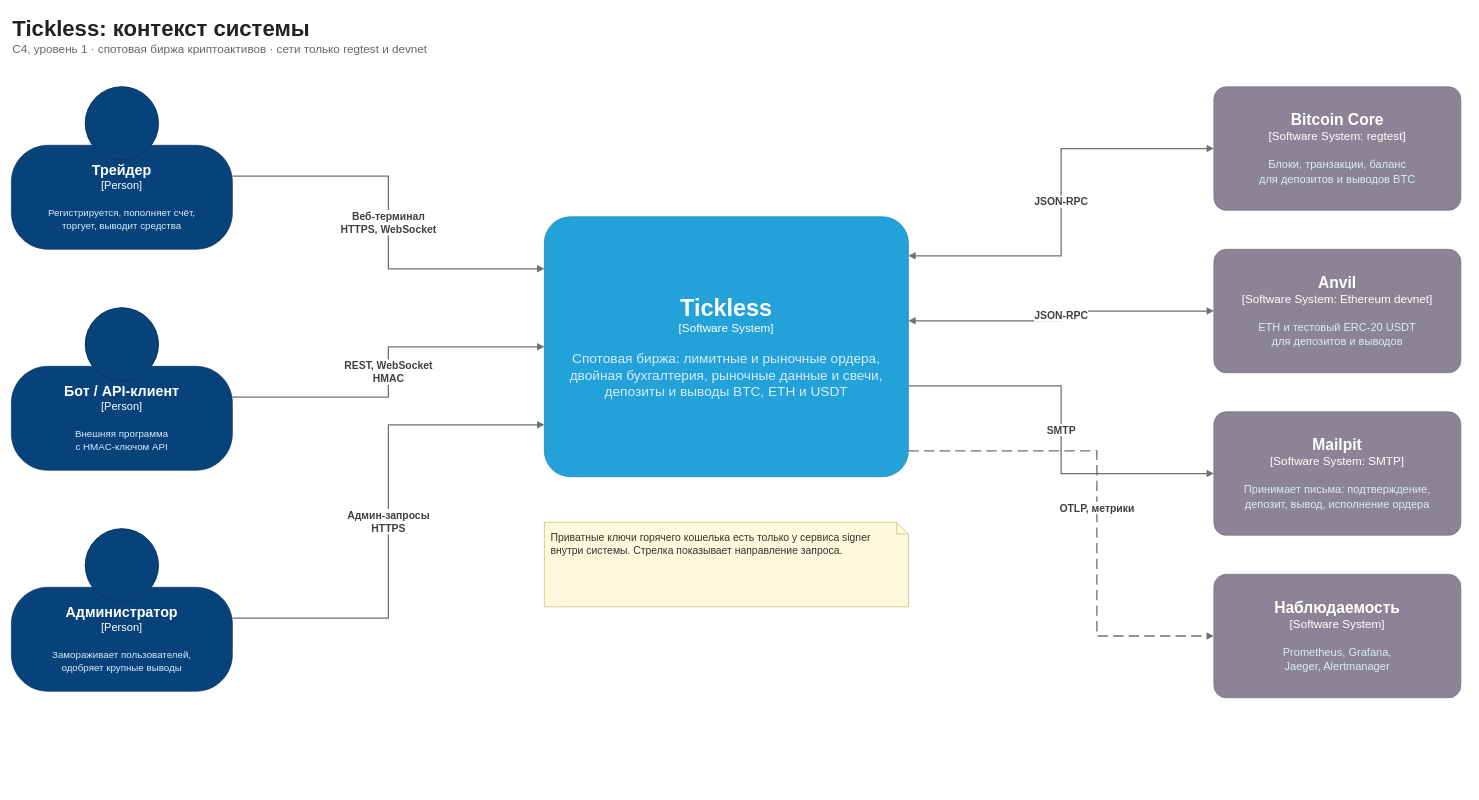
Before: docs/c4/01_context.drawio in AlchemistBro/Tickless, a draw.io diagram. Source tidied: cells renumbered, new cells numbered last; positions are measured from the earlier drawing's top-left corner, leaving out a move shared by most shapes. Both pictures are drawn from the tidied source at 65%, with x=0, y=0 at pixel (11, 11).
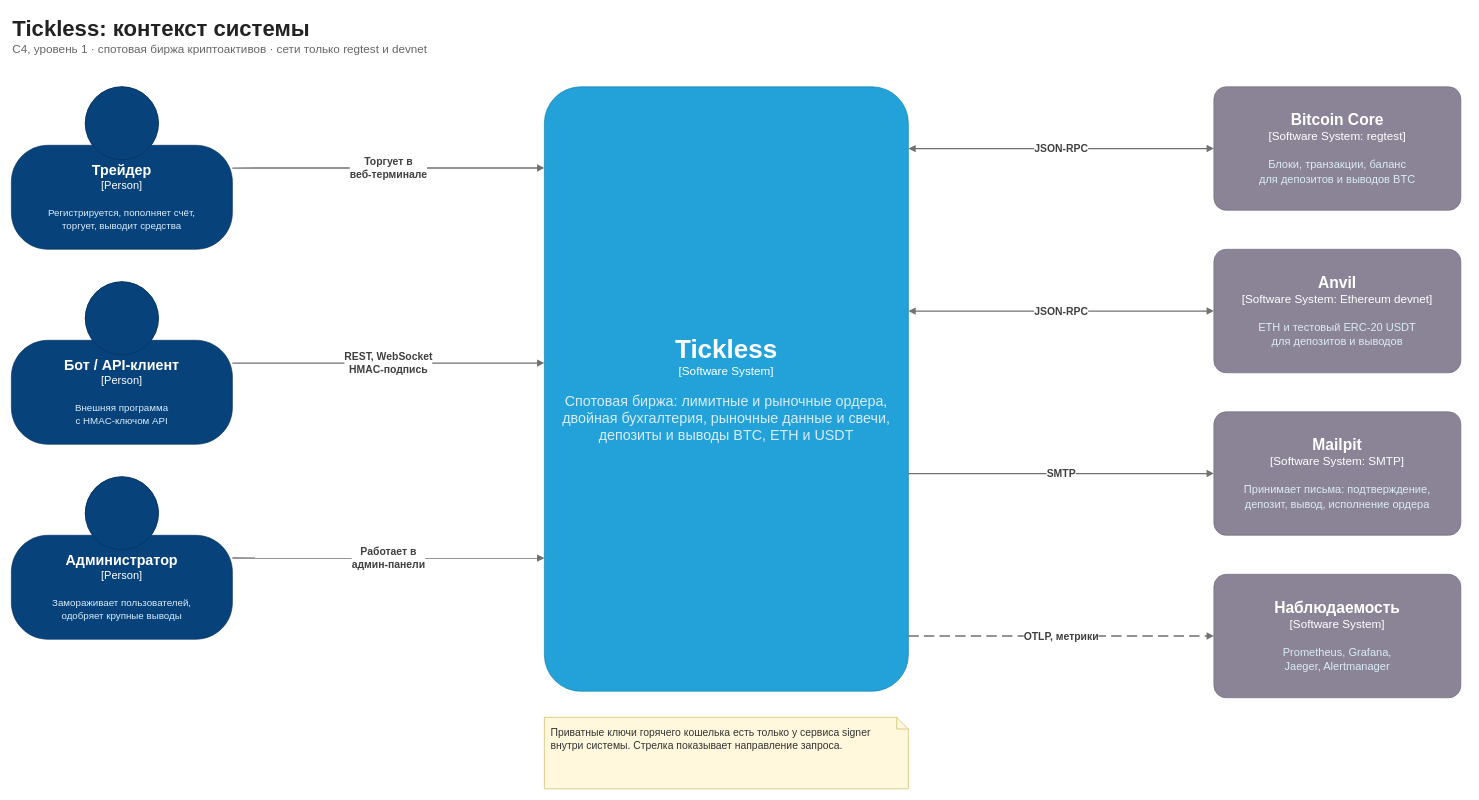
The same page after the edit.

Commit message (it also covers changes not shown here):
docs: C4 diagrams with straight collinear arrows, wider gaps and no HTTPS on user relationships

The change refers to these unchanged cells:
```xml
<mxCell id="3" value="&lt;font style=&quot;font-size: 22px&quot;&gt;&lt;b&gt;Трейдер&lt;/b&gt;&lt;/font&gt;&lt;div&gt;[Person]&lt;/div&gt;&lt;br&gt;&lt;div&gt;&lt;font style=&quot;font-size: 15px&quot;&gt;&lt;font color=&quot;#d9ecf8&quot;&gt;Регистрируется, пополняет счёт,&lt;br&gt;торгует, выводит средства&lt;/font&gt;&lt;/font&gt;&lt;/div&gt;" style="shape=mxgraph.c4.person2;align=center;whiteSpace=wrap;html=1;fillColor=#08427B;fontColor=#FFFFFF;strokeColor=#06315C;fontSize=17;points=[[0.5,0,0],[1,0.5,0],[1,0.75,0],[0.75,1,0],[0.5,1,0],[0.25,1,0],[0,0.75,0],[0,0.5,0]];" parent="1" vertex="1">
  <mxGeometry y="116" width="340" height="250" as="geometry" />
</mxCell>
<mxCell id="7" value="&lt;font style=&quot;font-size: 24px&quot;&gt;&lt;b&gt;Bitcoin Core&lt;/b&gt;&lt;/font&gt;&lt;div&gt;[Software System: regtest]&lt;/div&gt;&lt;br&gt;&lt;div&gt;&lt;font style=&quot;font-size: 17px&quot;&gt;&lt;font color=&quot;#d9ecf8&quot;&gt;Блоки, транзакции, баланс&lt;br&gt;для депозитов и выводов BTC&lt;/font&gt;&lt;/font&gt;&lt;/div&gt;" style="rounded=1;arcSize=10;labelBackgroundColor=none;align=center;whiteSpace=wrap;html=1;fillColor=#8B8496;fontColor=#FFFFFF;strokeColor=#6E6879;fontSize=18;points=[[0.5,0,0],[1,0.5,0],[1,0.75,0],[0.75,1,0],[0.5,1,0],[0.25,1,0],[0,0.75,0],[0,0.5,0]];" parent="1" vertex="1">
  <mxGeometry x="1850" y="116" width="380" height="190" as="geometry" />
</mxCell>
<mxCell id="8" value="&lt;font style=&quot;font-size: 24px&quot;&gt;&lt;b&gt;Anvil&lt;/b&gt;&lt;/font&gt;&lt;div&gt;[Software System: Ethereum devnet]&lt;/div&gt;&lt;br&gt;&lt;div&gt;&lt;font style=&quot;font-size: 17px&quot;&gt;&lt;font color=&quot;#d9ecf8&quot;&gt;ETH и тестовый ERC-20 USDT&lt;br&gt;для депозитов и выводов&lt;/font&gt;&lt;/font&gt;&lt;/div&gt;" style="rounded=1;arcSize=10;labelBackgroundColor=none;align=center;whiteSpace=wrap;html=1;fillColor=#8B8496;fontColor=#FFFFFF;strokeColor=#6E6879;fontSize=18;points=[[0.5,0,0],[1,0.5,0],[1,0.75,0],[0.75,1,0],[0.5,1,0],[0.25,1,0],[0,0.75,0],[0,0.5,0]];" parent="1" vertex="1">
  <mxGeometry x="1850" y="366" width="380" height="190" as="geometry" />
</mxCell>
<mxCell id="9" value="&lt;font style=&quot;font-size: 24px&quot;&gt;&lt;b&gt;Mailpit&lt;/b&gt;&lt;/font&gt;&lt;div&gt;[Software System: SMTP]&lt;/div&gt;&lt;br&gt;&lt;div&gt;&lt;font style=&quot;font-size: 17px&quot;&gt;&lt;font color=&quot;#d9ecf8&quot;&gt;Принимает письма: подтверждение,&lt;br&gt;депозит, вывод, исполнение ордера&lt;/font&gt;&lt;/font&gt;&lt;/div&gt;" style="rounded=1;arcSize=10;labelBackgroundColor=none;align=center;whiteSpace=wrap;html=1;fillColor=#8B8496;fontColor=#FFFFFF;strokeColor=#6E6879;fontSize=18;points=[[0.5,0,0],[1,0.5,0],[1,0.75,0],[0.75,1,0],[0.5,1,0],[0.25,1,0],[0,0.75,0],[0,0.5,0]];" parent="1" vertex="1">
  <mxGeometry x="1850" y="616" width="380" height="190" as="geometry" />
</mxCell>
<mxCell id="10" value="&lt;font style=&quot;font-size: 24px&quot;&gt;&lt;b&gt;Наблюдаемость&lt;/b&gt;&lt;/font&gt;&lt;div&gt;[Software System]&lt;/div&gt;&lt;br&gt;&lt;div&gt;&lt;font style=&quot;font-size: 17px&quot;&gt;&lt;font color=&quot;#d9ecf8&quot;&gt;Prometheus, Grafana,&lt;br&gt;Jaeger, Alertmanager&lt;/font&gt;&lt;/font&gt;&lt;/div&gt;" style="rounded=1;arcSize=10;labelBackgroundColor=none;align=center;whiteSpace=wrap;html=1;fillColor=#8B8496;fontColor=#FFFFFF;strokeColor=#6E6879;fontSize=18;points=[[0.5,0,0],[1,0.5,0],[1,0.75,0],[0.75,1,0],[0.5,1,0],[0.25,1,0],[0,0.75,0],[0,0.5,0]];" parent="1" vertex="1">
  <mxGeometry x="1850" y="866" width="380" height="190" as="geometry" />
</mxCell>
```

What changed in the source:
```diff
@@
     <mxCell id="4" value="&lt;font style=&quot;font-size: 22px&quot;&gt;&lt;b&gt;Бот / API-клиент&lt;/b&gt;&lt;/font&gt;&lt;div&gt;[Person]&lt;/div&gt;&lt;br&gt;&lt;div&gt;&lt;font style=&quot;font-size: 15px&quot;&gt;&lt;font color=&quot;#d9ecf8&quot;&gt;Внешняя программа&lt;br&gt;с HMAC-ключом API&lt;/font&gt;&lt;/font&gt;&lt;/div&gt;" style="shape=mxgraph.c4.person2;align=center;whiteSpace=wrap;html=1;fillColor=#08427B;fontColor=#FFFFFF;strokeColor=#06315C;fontSize=17;points=[[0.5,0,0],[1,0.5,0],[1,0.75,0],[0.75,1,0],[0.5,1,0],[0.25,1,0],[0,0.75,0],[0,0.5,0]];" parent="1" vertex="1">
-      <mxGeometry y="456" width="340" height="250" as="geometry" />
+      <mxGeometry y="416" width="340" height="250" as="geometry" />
     </mxCell>
     <mxCell id="5" value="&lt;font style=&quot;font-size: 22px&quot;&gt;&lt;b&gt;Администратор&lt;/b&gt;&lt;/font&gt;&lt;div&gt;[Person]&lt;/div&gt;&lt;br&gt;&lt;div&gt;&lt;font style=&quot;font-size: 15px&quot;&gt;&lt;font color=&quot;#d9ecf8&quot;&gt;Замораживает пользователей,&lt;br&gt;одобряет крупные выводы&lt;/font&gt;&lt;/font&gt;&lt;/div&gt;" style="shape=mxgraph.c4.person2;align=center;whiteSpace=wrap;html=1;fillColor=#08427B;fontColor=#FFFFFF;strokeColor=#06315C;fontSize=17;points=[[0.5,0,0],[1,0.5,0],[1,0.75,0],[0.75,1,0],[0.5,1,0],[0.25,1,0],[0,0.75,0],[0,0.5,0]];" parent="1" vertex="1">
-      <mxGeometry y="796" width="340" height="250" as="geometry" />
+      <mxGeometry y="716" width="340" height="250" as="geometry" />
     </mxCell>
-    <mxCell id="6" value="&lt;font style=&quot;font-size: 36px&quot;&gt;&lt;b&gt;Tickless&lt;/b&gt;&lt;/font&gt;&lt;div&gt;[Software System]&lt;/div&gt;&lt;br&gt;&lt;div&gt;&lt;font style=&quot;font-size: 21px&quot;&gt;&lt;font color=&quot;#d9ecf8&quot;&gt;Спотовая биржа: лимитные и рыночные ордера,&lt;br&gt;двойная бухгалтерия, рыночные данные и свечи,&lt;br&gt;депозиты и выводы BTC, ETH и USDT&lt;/font&gt;&lt;/font&gt;&lt;/div&gt;" style="rounded=1;arcSize=10;labelBackgroundColor=none;align=center;whiteSpace=wrap;html=1;fillColor=#23A2D9;fontColor=#FFFFFF;strokeColor=#0E7DAD;fontSize=18;points=[[0.5,0,0],[1,0.5,0],[1,0.75,0],[0.75,1,0],[0.5,1,0],[0.25,1,0],[0,0.75,0],[0,0.5,0]];" parent="1" vertex="1">
-      <mxGeometry x="820" y="316" width="560" height="400" as="geometry" />
+    <mxCell id="6" value="&lt;font style=&quot;font-size: 40px&quot;&gt;&lt;b&gt;Tickless&lt;/b&gt;&lt;/font&gt;&lt;div&gt;[Software System]&lt;/div&gt;&lt;br&gt;&lt;div&gt;&lt;font style=&quot;font-size: 22px&quot;&gt;&lt;font color=&quot;#d9ecf8&quot;&gt;Спотовая биржа: лимитные и рыночные ордера,&lt;br&gt;двойная бухгалтерия, рыночные данные и свечи,&lt;br&gt;депозиты и выводы BTC, ETH и USDT&lt;/font&gt;&lt;/font&gt;&lt;/div&gt;" style="rounded=1;arcSize=10;labelBackgroundColor=none;align=center;whiteSpace=wrap;html=1;fillColor=#23A2D9;fontColor=#FFFFFF;strokeColor=#0E7DAD;fontSize=18;points=[[0.5,0,0],[1,0.5,0],[1,0.75,0],[0.75,1,0],[0.5,1,0],[0.25,1,0],[0,0.75,0],[0,0.5,0]];" parent="1" vertex="1">
+      <mxGeometry x="820" y="116" width="560" height="930" as="geometry" />
     </mxCell>
@@
-    <mxCell id="11" value="&lt;b&gt;Веб-терминал&lt;br&gt;HTTPS, WebSocket&lt;/b&gt;" style="edgeStyle=orthogonalEdgeStyle;rounded=0;html=1;jettySize=auto;strokeColor=#707070;strokeWidth=2;fontColor=#404040;fontSize=16;labelBackgroundColor=#FFFFFF;endArrow=block;endFill=1;exitX=1;exitY=0.55;exitDx=0;exitDy=0;entryX=0;entryY=0.2;entryDx=0;entryDy=0;" parent="1" edge="1" source="3" target="6">
+    <mxCell id="11" value="&lt;b&gt;Торгует в&lt;br&gt;веб-терминале&lt;/b&gt;" style="edgeStyle=none;rounded=0;html=1;strokeColor=#707070;strokeWidth=2;fontColor=#404040;fontSize=16;labelBackgroundColor=#FFFFFF;endArrow=block;endFill=1;exitX=1;exitY=0.5;exitDx=0;exitDy=0;entryX=0;entryY=0.1344;entryDx=0;entryDy=0;" parent="1" edge="1" source="3" target="6">
       <mxGeometry relative="1" as="geometry" />
     </mxCell>
-    <mxCell id="12" value="&lt;b&gt;REST, WebSocket&lt;br&gt;HMAC&lt;/b&gt;" style="edgeStyle=orthogonalEdgeStyle;rounded=0;html=1;jettySize=auto;strokeColor=#707070;strokeWidth=2;fontColor=#404040;fontSize=16;labelBackgroundColor=#FFFFFF;endArrow=block;endFill=1;exitX=1;exitY=0.55;exitDx=0;exitDy=0;entryX=0;entryY=0.5;entryDx=0;entryDy=0;" parent="1" edge="1" source="4" target="6">
+    <mxCell id="12" value="&lt;b&gt;REST, WebSocket&lt;br&gt;HMAC-подпись&lt;/b&gt;" style="edgeStyle=none;rounded=0;html=1;strokeColor=#707070;strokeWidth=2;fontColor=#404040;fontSize=16;labelBackgroundColor=#FFFFFF;endArrow=block;endFill=1;exitX=1;exitY=0.5;exitDx=0;exitDy=0;entryX=0;entryY=0.457;entryDx=0;entryDy=0;" parent="1" edge="1" source="4" target="6">
       <mxGeometry relative="1" as="geometry" />
     </mxCell>
-    <mxCell id="13" value="&lt;b&gt;Админ-запросы&lt;br&gt;HTTPS&lt;/b&gt;" style="edgeStyle=orthogonalEdgeStyle;rounded=0;html=1;jettySize=auto;strokeColor=#707070;strokeWidth=2;fontColor=#404040;fontSize=16;labelBackgroundColor=#FFFFFF;endArrow=block;endFill=1;exitX=1;exitY=0.55;exitDx=0;exitDy=0;entryX=0;entryY=0.8;entryDx=0;entryDy=0;" parent="1" edge="1" source="5" target="6">
+    <mxCell id="13" value="&lt;b&gt;Работает в&lt;br&gt;админ-панели&lt;/b&gt;" style="edgeStyle=none;rounded=0;html=1;strokeColor=#707070;strokeWidth=2;fontColor=#404040;fontSize=16;labelBackgroundColor=#FFFFFF;endArrow=block;endFill=1;exitX=1;exitY=0.5;exitDx=0;exitDy=0;entryX=0;entryY=0.7796;entryDx=0;entryDy=0;" parent="1" edge="1" source="5" target="6">
       <mxGeometry relative="1" as="geometry" />
     </mxCell>
-    <mxCell id="14" value="&lt;b&gt;JSON-RPC&lt;/b&gt;" style="edgeStyle=orthogonalEdgeStyle;rounded=0;html=1;jettySize=auto;strokeColor=#707070;strokeWidth=2;fontColor=#404040;fontSize=16;labelBackgroundColor=#FFFFFF;endArrow=block;endFill=1;startArrow=block;startFill=1;exitX=1;exitY=0.15;exitDx=0;exitDy=0;entryX=0;entryY=0.5;entryDx=0;entryDy=0;" parent="1" edge="1" source="6" target="7">
+    <mxCell id="14" value="&lt;b&gt;JSON-RPC&lt;/b&gt;" style="edgeStyle=none;rounded=0;html=1;strokeColor=#707070;strokeWidth=2;fontColor=#404040;fontSize=16;labelBackgroundColor=#FFFFFF;endArrow=block;endFill=1;startArrow=block;startFill=1;exitX=1;exitY=0.1022;exitDx=0;exitDy=0;entryX=0;entryY=0.5;entryDx=0;entryDy=0;" parent="1" edge="1" source="6" target="7">
       <mxGeometry relative="1" as="geometry" />
     </mxCell>
-    <mxCell id="15" value="&lt;b&gt;JSON-RPC&lt;/b&gt;" style="edgeStyle=orthogonalEdgeStyle;rounded=0;html=1;jettySize=auto;strokeColor=#707070;strokeWidth=2;fontColor=#404040;fontSize=16;labelBackgroundColor=#FFFFFF;endArrow=block;endFill=1;startArrow=block;startFill=1;exitX=1;exitY=0.4;exitDx=0;exitDy=0;entryX=0;entryY=0.5;entryDx=0;entryDy=0;" parent="1" edge="1" source="6" target="8">
+    <mxCell id="15" value="&lt;b&gt;JSON-RPC&lt;/b&gt;" style="edgeStyle=none;rounded=0;html=1;strokeColor=#707070;strokeWidth=2;fontColor=#404040;fontSize=16;labelBackgroundColor=#FFFFFF;endArrow=block;endFill=1;startArrow=block;startFill=1;exitX=1;exitY=0.371;exitDx=0;exitDy=0;entryX=0;entryY=0.5;entryDx=0;entryDy=0;" parent="1" edge="1" source="6" target="8">
       <mxGeometry relative="1" as="geometry" />
     </mxCell>
-    <mxCell id="16" value="&lt;b&gt;SMTP&lt;/b&gt;" style="edgeStyle=orthogonalEdgeStyle;rounded=0;html=1;jettySize=auto;strokeColor=#707070;strokeWidth=2;fontColor=#404040;fontSize=16;labelBackgroundColor=#FFFFFF;endArrow=block;endFill=1;exitX=1;exitY=0.65;exitDx=0;exitDy=0;entryX=0;entryY=0.5;entryDx=0;entryDy=0;" parent="1" edge="1" source="6" target="9">
+    <mxCell id="16" value="&lt;b&gt;SMTP&lt;/b&gt;" style="edgeStyle=none;rounded=0;html=1;strokeColor=#707070;strokeWidth=2;fontColor=#404040;fontSize=16;labelBackgroundColor=#FFFFFF;endArrow=block;endFill=1;exitX=1;exitY=0.6398;exitDx=0;exitDy=0;entryX=0;entryY=0.5;entryDx=0;entryDy=0;" parent="1" edge="1" source="6" target="9">
       <mxGeometry relative="1" as="geometry" />
     </mxCell>
-    <mxCell id="17" value="&lt;b&gt;OTLP, метрики&lt;/b&gt;" style="edgeStyle=orthogonalEdgeStyle;rounded=0;html=1;jettySize=auto;strokeColor=#707070;strokeWidth=2;fontColor=#404040;fontSize=16;labelBackgroundColor=#FFFFFF;endArrow=block;endFill=1;dashed=1;dashPattern=8 4;exitX=1;exitY=0.9;exitDx=0;exitDy=0;entryX=0;entryY=0.5;entryDx=0;entryDy=0;" parent="1" edge="1" source="6" target="10">
-      <mxGeometry relative="1" as="geometry">
-        <Array as="points">
-          <mxPoint x="1670" y="676" />
-          <mxPoint x="1670" y="961" />
-        </Array>
-      </mxGeometry>
+    <mxCell id="17" value="&lt;b&gt;OTLP, метрики&lt;/b&gt;" style="edgeStyle=none;rounded=0;html=1;strokeColor=#707070;strokeWidth=2;fontColor=#404040;fontSize=16;labelBackgroundColor=#FFFFFF;endArrow=block;endFill=1;dashed=1;dashPattern=8 4;exitX=1;exitY=0.9086;exitDx=0;exitDy=0;entryX=0;entryY=0.5;entryDx=0;entryDy=0;" parent="1" edge="1" source="6" target="10">
+      <mxGeometry relative="1" as="geometry" />
     </mxCell>
     <mxCell id="18" value="Приватные ключи горячего кошелька есть только у сервиса signer внутри системы. Стрелка показывает направление запроса." style="shape=note;whiteSpace=wrap;html=1;fillColor=#FFF8DC;strokeColor=#C9B458;fontColor=#333333;align=left;verticalAlign=top;spacing=10;fontSize=16;size=18;" parent="1" vertex="1">
-      <mxGeometry x="820" y="786" width="560" height="130" as="geometry" />
+      <mxGeometry x="820" y="1086" width="560" height="110" as="geometry" />
     </mxCell>
```
